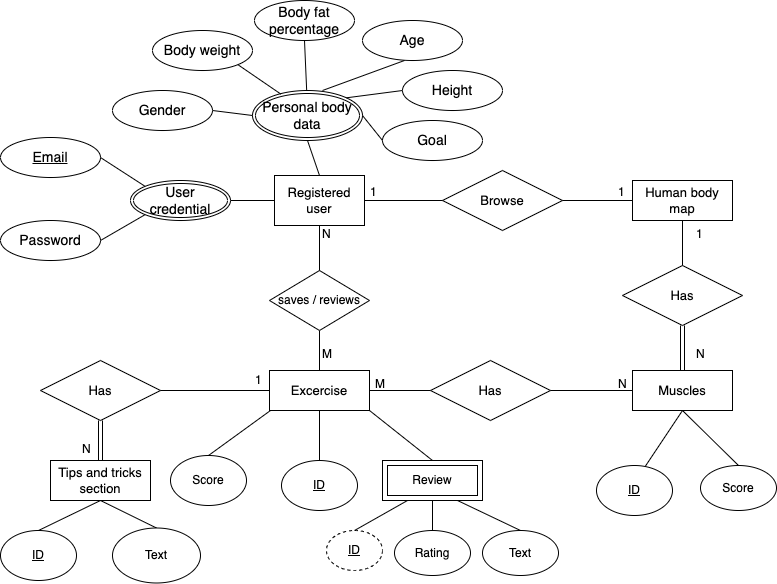
Earlier version of the draw.io export images/er_diagram.png (mezyn/Get-fit). Source tidied: cells renumbered, new cells last; positions are measured from the earlier drawing's top-left corner, leaving out a move shared by most shapes.
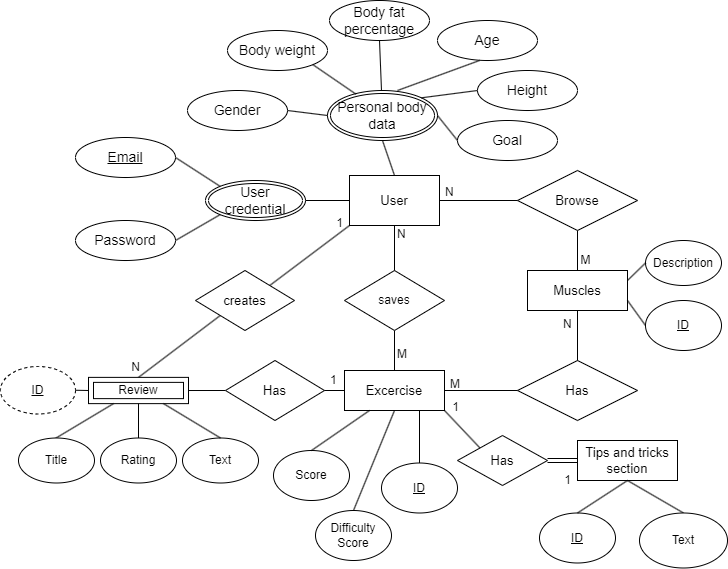
After the change.

The edit, as a diff of the source:
```diff
@@ -2,7 +2,7 @@
   <root>
     <mxCell id="0" />
     <mxCell id="1" parent="0" />
-    <mxCell id="2" value="Registered user" style="rounded=0;whiteSpace=wrap;html=1;fontSize=13;" parent="1" vertex="1">
+    <mxCell id="2" value="User" style="rounded=0;whiteSpace=wrap;html=1;fontSize=13;" parent="1" vertex="1">
       <mxGeometry x="274" y="175" width="90" height="50" as="geometry" />
     </mxCell>
     <mxCell id="3" value="Personal body data" style="ellipse;shape=doubleEllipse;margin=3;whiteSpace=wrap;html=1;align=center;fontSize=14;" parent="1" vertex="1">
@@ -49,33 +49,27 @@
     <mxCell id="16" style="endArrow=none;html=1;rounded=0;entryX=0.5;entryY=1;entryDx=0;entryDy=0;fontSize=13;exitX=0.5;exitY=0;exitDx=0;exitDy=0;" parent="1" edge="1" source="2" target="3">
       <mxGeometry relative="1" as="geometry" />
     </mxCell>
-    <mxCell id="17" value="Human body map" style="whiteSpace=wrap;html=1;align=center;fontSize=13;" parent="1" vertex="1">
-      <mxGeometry x="632" y="180" width="100" height="40" as="geometry" />
-    </mxCell>
+    <mxCell id="72" style="edgeStyle=none;rounded=0;jettySize=auto;html=1;exitX=0.5;exitY=1;exitDx=0;exitDy=0;entryX=0.5;entryY=0;entryDx=0;entryDy=0;endArrow=none;endFill=0;" parent="1" edge="1" source="18" target="23">
+      <mxGeometry relative="1" as="geometry" />
+    </mxCell>
     <mxCell id="18" value="Browse" style="shape=rhombus;perimeter=rhombusPerimeter;whiteSpace=wrap;html=1;align=center;fontSize=13;" parent="1" vertex="1">
       <mxGeometry x="442" y="170" width="120" height="60" as="geometry" />
     </mxCell>
     <mxCell id="19" style="endArrow=none;html=1;rounded=0;fontSize=14;exitX=0;exitY=0.5;exitDx=0;exitDy=0;entryX=1;entryY=0.5;entryDx=0;entryDy=0;" parent="1" edge="1" source="18" target="2">
       <mxGeometry relative="1" as="geometry" />
     </mxCell>
-    <mxCell id="20" style="endArrow=none;html=1;rounded=0;fontSize=14;exitX=0;exitY=0.5;exitDx=0;exitDy=0;entryX=1;entryY=0.5;entryDx=0;entryDy=0;" parent="1" edge="1" source="17" target="18">
-      <mxGeometry relative="1" as="geometry" />
-    </mxCell>
-    <mxCell id="21" value="Has" style="shape=rhombus;perimeter=rhombusPerimeter;whiteSpace=wrap;html=1;align=center;fontSize=13;" parent="1" vertex="1">
-      <mxGeometry x="622" y="265" width="120" height="60" as="geometry" />
-    </mxCell>
-    <mxCell id="22" style="endArrow=none;html=1;rounded=0;fontSize=14;exitX=0.5;exitY=1;exitDx=0;exitDy=0;entryX=0.5;entryY=0;entryDx=0;entryDy=0;" parent="1" edge="1" source="17" target="21">
-      <mxGeometry relative="1" as="geometry" />
-    </mxCell>
     <mxCell id="23" value="Muscles" style="whiteSpace=wrap;html=1;align=center;fontSize=13;" parent="1" vertex="1">
-      <mxGeometry x="632" y="370" width="100" height="40" as="geometry" />
+      <mxGeometry x="452" y="270" width="100" height="40" as="geometry" />
     </mxCell>
     <mxCell id="24" value="Has" style="shape=rhombus;perimeter=rhombusPerimeter;whiteSpace=wrap;html=1;align=center;fontSize=13;" parent="1" vertex="1">
-      <mxGeometry x="430" y="360" width="120" height="60" as="geometry" />
+      <mxGeometry x="442" y="360" width="120" height="60" as="geometry" />
     </mxCell>
-    <mxCell id="25" style="endArrow=none;html=1;rounded=0;fontSize=14;exitX=0;exitY=0.5;exitDx=0;exitDy=0;entryX=1;entryY=0.5;entryDx=0;entryDy=0;" parent="1" edge="1" source="23" target="24">
+    <mxCell id="25" style="endArrow=none;html=1;rounded=0;fontSize=14;exitX=0.5;exitY=1;exitDx=0;exitDy=0;" parent="1" edge="1" source="23" target="24">
       <mxGeometry relative="1" as="geometry" />
     </mxCell>
+    <mxCell id="73" style="rounded=0;jettySize=auto;html=1;exitX=0.5;exitY=1;exitDx=0;exitDy=0;endArrow=none;endFill=0;entryX=0.5;entryY=0;entryDx=0;entryDy=0;" parent="1" edge="1" source="26" target="78">
+      <mxGeometry relative="1" as="geometry" />
+    </mxCell>
     <mxCell id="26" value="Excercise" style="whiteSpace=wrap;html=1;align=center;fontSize=13;" parent="1" vertex="1">
       <mxGeometry x="269" y="370" width="100" height="40" as="geometry" />
     </mxCell>
@@ -83,40 +77,31 @@
       <mxGeometry relative="1" as="geometry" />
     </mxCell>
     <mxCell id="28" value="Tips and tricks section" style="whiteSpace=wrap;html=1;align=center;fontSize=13;" parent="1" vertex="1">
-      <mxGeometry x="50" y="460" width="100" height="40" as="geometry" />
+      <mxGeometry x="502" y="440" width="100" height="40" as="geometry" />
     </mxCell>
+    <mxCell id="74" style="edgeStyle=none;rounded=0;jettySize=auto;html=1;exitX=0;exitY=0.5;exitDx=0;exitDy=0;entryX=1;entryY=0.5;entryDx=0;entryDy=0;endArrow=none;endFill=0;" parent="1" edge="1" source="29" target="53">
+      <mxGeometry relative="1" as="geometry" />
+    </mxCell>
     <mxCell id="29" value="Has" style="shape=rhombus;perimeter=rhombusPerimeter;whiteSpace=wrap;html=1;align=center;fontSize=13;" parent="1" vertex="1">
-      <mxGeometry x="40" y="360" width="120" height="60" as="geometry" />
+      <mxGeometry x="150" y="360" width="99" height="60" as="geometry" />
     </mxCell>
-    <mxCell id="30" value="1" style="text;strokeColor=none;fillColor=none;spacingLeft=4;spacingRight=4;overflow=hidden;fontSize=12;" parent="1" vertex="1">
-      <mxGeometry x="612" y="178" width="20" height="30" as="geometry" />
-    </mxCell>
     <mxCell id="31" value="N" style="text;strokeColor=none;fillColor=none;spacingLeft=4;spacingRight=4;overflow=hidden;fontSize=12;" parent="1" vertex="1">
       <mxGeometry x="316" y="220" width="20" height="30" as="geometry" />
     </mxCell>
-    <mxCell id="32" style="shape=link;html=1;rounded=0;fontSize=13;entryX=0.5;entryY=0;entryDx=0;entryDy=0;exitX=0.5;exitY=1;exitDx=0;exitDy=0;" parent="1" edge="1" source="21" target="23">
-      <mxGeometry relative="1" as="geometry" />
-    </mxCell>
-    <mxCell id="33" value="1" style="text;strokeColor=none;fillColor=none;spacingLeft=4;spacingRight=4;overflow=hidden;fontSize=12;" parent="1" vertex="1">
-      <mxGeometry x="690" y="220" width="20" height="30" as="geometry" />
-    </mxCell>
-    <mxCell id="34" value="N" style="text;strokeColor=none;fillColor=none;spacingLeft=4;spacingRight=4;overflow=hidden;fontSize=12;" parent="1" vertex="1">
-      <mxGeometry x="690" y="340" width="20" height="30" as="geometry" />
-    </mxCell>
     <mxCell id="35" value="M" style="text;strokeColor=none;fillColor=none;spacingLeft=4;spacingRight=4;overflow=hidden;fontSize=12;" parent="1" vertex="1">
       <mxGeometry x="369" y="370" width="20" height="30" as="geometry" />
     </mxCell>
     <mxCell id="36" value="M" style="text;strokeColor=none;fillColor=none;spacingLeft=4;spacingRight=4;overflow=hidden;fontSize=12;" parent="1" vertex="1">
       <mxGeometry x="316" y="340" width="20" height="30" as="geometry" />
     </mxCell>
-    <mxCell id="37" style="shape=link;html=1;rounded=0;fontSize=13;exitX=0.5;exitY=0;exitDx=0;exitDy=0;entryX=0.5;entryY=1;entryDx=0;entryDy=0;" parent="1" edge="1" source="28" target="29">
+    <mxCell id="37" style="shape=link;html=1;rounded=0;fontSize=13;exitX=0;exitY=0.5;exitDx=0;exitDy=0;entryX=1;entryY=0.5;entryDx=0;entryDy=0;" parent="1" edge="1" source="28" target="21">
       <mxGeometry relative="1" as="geometry" />
     </mxCell>
-    <mxCell id="38" value="1" style="text;strokeColor=none;fillColor=none;spacingLeft=4;spacingRight=4;overflow=hidden;fontSize=12;" parent="1" vertex="1">
+    <mxCell id="38" value="N" style="text;strokeColor=none;fillColor=none;spacingLeft=4;spacingRight=4;overflow=hidden;fontSize=12;" parent="1" vertex="1">
       <mxGeometry x="364" y="178" width="20" height="30" as="geometry" />
     </mxCell>
     <mxCell id="39" value="N" style="text;strokeColor=none;fillColor=none;spacingLeft=4;spacingRight=4;overflow=hidden;fontSize=12;" parent="1" vertex="1">
-      <mxGeometry x="612" y="370" width="20" height="30" as="geometry" />
+      <mxGeometry x="482" y="310" width="20" height="30" as="geometry" />
     </mxCell>
     <mxCell id="40" value="&lt;u&gt;Email&lt;/u&gt;" style="ellipse;whiteSpace=wrap;html=1;align=center;fontSize=14;" parent="1" vertex="1">
       <mxGeometry y="137" width="100" height="40" as="geometry" />
@@ -139,7 +124,7 @@
     <mxCell id="46" style="endArrow=none;html=1;rounded=0;exitX=0.5;exitY=0;exitDx=0;exitDy=0;entryX=0.5;entryY=1;entryDx=0;entryDy=0;" parent="1" edge="1" source="26" target="47">
       <mxGeometry relative="1" as="geometry" />
     </mxCell>
-    <mxCell id="47" value="saves / reviews" style="rhombus;whiteSpace=wrap;html=1;" parent="1" vertex="1">
+    <mxCell id="47" value="saves" style="rhombus;whiteSpace=wrap;html=1;" parent="1" vertex="1">
       <mxGeometry x="269" y="270" width="100" height="60" as="geometry" />
     </mxCell>
     <mxCell id="48" style="endArrow=none;html=1;rounded=0;exitX=0.5;exitY=0;exitDx=0;exitDy=0;entryX=0.5;entryY=1;entryDx=0;entryDy=0;" parent="1" edge="1" source="47" target="2">
@@ -148,44 +133,38 @@
     <mxCell id="49" style="endArrow=none;html=1;rounded=0;exitX=1;exitY=0.5;exitDx=0;exitDy=0;entryX=0;entryY=0.5;entryDx=0;entryDy=0;" parent="1" edge="1" source="29" target="26">
       <mxGeometry relative="1" as="geometry" />
     </mxCell>
-    <mxCell id="50" style="endArrow=none;html=1;rounded=0;entryX=0.5;entryY=1;entryDx=0;entryDy=0;exitX=0.5;exitY=0;exitDx=0;exitDy=0;" parent="1" edge="1" target="26">
-      <mxGeometry relative="1" as="geometry">
-        <mxPoint x="319" y="460" as="sourcePoint" />
-      </mxGeometry>
+    <mxCell id="50" style="endArrow=none;html=1;rounded=0;entryX=0.75;entryY=1;entryDx=0;entryDy=0;exitX=0.5;exitY=0;exitDx=0;exitDy=0;" parent="1" edge="1" source="56" target="26">
+      <mxGeometry relative="1" as="geometry" />
     </mxCell>
     <mxCell id="51" value="Score" style="ellipse;whiteSpace=wrap;html=1;" parent="1" vertex="1">
-      <mxGeometry x="170" y="455" width="76" height="50" as="geometry" />
+      <mxGeometry x="198" y="450" width="76" height="50" as="geometry" />
     </mxCell>
-    <mxCell id="52" style="endArrow=none;html=1;rounded=0;exitX=0.5;exitY=0;exitDx=0;exitDy=0;" parent="1" edge="1" source="51">
-      <mxGeometry relative="1" as="geometry">
-        <mxPoint x="270" y="410" as="targetPoint" />
-      </mxGeometry>
+    <mxCell id="52" style="endArrow=none;html=1;rounded=0;exitX=0.5;exitY=0;exitDx=0;exitDy=0;entryX=0.25;entryY=1;entryDx=0;entryDy=0;" parent="1" edge="1" source="51" target="26">
+      <mxGeometry relative="1" as="geometry" />
     </mxCell>
+    <mxCell id="75" style="edgeStyle=none;rounded=0;jettySize=auto;html=1;exitX=0.5;exitY=0;exitDx=0;exitDy=0;entryX=0;entryY=1;entryDx=0;entryDy=0;endArrow=none;endFill=0;" parent="1" edge="1" source="53" target="84">
+      <mxGeometry relative="1" as="geometry" />
+    </mxCell>
     <mxCell id="53" value="Review" style="shape=ext;margin=3;double=1;whiteSpace=wrap;html=1;align=center;" parent="1" vertex="1">
-      <mxGeometry x="382" y="460" width="100" height="40" as="geometry" />
+      <mxGeometry x="13" y="376.9" width="100" height="26.2" as="geometry" />
     </mxCell>
-    <mxCell id="54" style="endArrow=none;html=1;rounded=0;exitX=1;exitY=1;exitDx=0;exitDy=0;entryX=0.5;entryY=0;entryDx=0;entryDy=0;" parent="1" edge="1" source="26" target="53">
-      <mxGeometry relative="1" as="geometry" />
-    </mxCell>
-    <mxCell id="55" value="Score" style="ellipse;whiteSpace=wrap;html=1;" parent="1" vertex="1">
-      <mxGeometry x="700" y="465" width="76" height="45" as="geometry" />
+    <mxCell id="55" value="Description" style="ellipse;whiteSpace=wrap;html=1;" parent="1" vertex="1">
+      <mxGeometry x="570" y="240" width="76" height="45" as="geometry" />
     </mxCell>
     <mxCell id="56" value="&lt;u&gt;ID&lt;/u&gt;" style="ellipse;whiteSpace=wrap;html=1;" parent="1" vertex="1">
-      <mxGeometry x="281" y="460" width="76" height="50" as="geometry" />
+      <mxGeometry x="306" y="462.5" width="76" height="50" as="geometry" />
     </mxCell>
-    <mxCell id="57" style="endArrow=none;html=1;rounded=0;entryX=0.5;entryY=1;entryDx=0;entryDy=0;exitX=0.5;exitY=0;exitDx=0;exitDy=0;" parent="1" edge="1" target="23">
-      <mxGeometry relative="1" as="geometry">
-        <mxPoint x="642" y="470" as="sourcePoint" />
-      </mxGeometry>
+    <mxCell id="57" style="endArrow=none;html=1;rounded=0;entryX=1;entryY=0.75;entryDx=0;entryDy=0;exitX=0;exitY=0.5;exitDx=0;exitDy=0;" parent="1" edge="1" source="59" target="23">
+      <mxGeometry relative="1" as="geometry" />
     </mxCell>
-    <mxCell id="58" style="endArrow=none;html=1;rounded=0;exitX=0.5;exitY=0;exitDx=0;exitDy=0;entryX=0.5;entryY=1;entryDx=0;entryDy=0;" parent="1" edge="1" source="55" target="23">
+    <mxCell id="58" style="endArrow=none;html=1;rounded=0;exitX=0;exitY=0.5;exitDx=0;exitDy=0;entryX=1;entryY=0.25;entryDx=0;entryDy=0;" parent="1" edge="1" source="55" target="23">
       <mxGeometry relative="1" as="geometry" />
     </mxCell>
     <mxCell id="59" value="&lt;u&gt;ID&lt;/u&gt;" style="ellipse;whiteSpace=wrap;html=1;" parent="1" vertex="1">
-      <mxGeometry x="596" y="465" width="76" height="50" as="geometry" />
+      <mxGeometry x="570" y="300" width="76" height="50" as="geometry" />
     </mxCell>
     <mxCell id="60" value="&lt;u&gt;ID&lt;/u&gt;" style="ellipse;whiteSpace=wrap;html=1;" parent="1" vertex="1">
-      <mxGeometry y="530" width="76" height="50" as="geometry" />
+      <mxGeometry x="464" y="512.5" width="76" height="50" as="geometry" />
     </mxCell>
     <mxCell id="61" style="endArrow=none;html=1;rounded=0;exitX=0.5;exitY=0;exitDx=0;exitDy=0;entryX=0.5;entryY=1;entryDx=0;entryDy=0;" parent="1" edge="1" source="60" target="28">
       <mxGeometry relative="1" as="geometry" />
@@ -194,25 +173,22 @@
       <mxGeometry relative="1" as="geometry" />
     </mxCell>
     <mxCell id="63" value="Text" style="ellipse;whiteSpace=wrap;html=1;" parent="1" vertex="1">
-      <mxGeometry x="112" y="527.5" width="88" height="55" as="geometry" />
+      <mxGeometry x="564" y="512.5" width="88" height="55" as="geometry" />
     </mxCell>
     <mxCell id="64" value="1" style="text;strokeColor=none;fillColor=none;spacingLeft=4;spacingRight=4;overflow=hidden;fontSize=12;" parent="1" vertex="1">
       <mxGeometry x="249" y="366" width="20" height="30" as="geometry" />
     </mxCell>
-    <mxCell id="65" value="N" style="text;strokeColor=none;fillColor=none;spacingLeft=4;spacingRight=4;overflow=hidden;fontSize=12;" parent="1" vertex="1">
-      <mxGeometry x="76" y="435" width="20" height="30" as="geometry" />
-    </mxCell>
     <mxCell id="66" value="&lt;u&gt;ID&lt;/u&gt;" style="ellipse;whiteSpace=wrap;html=1;dashed=1;" parent="1" vertex="1">
-      <mxGeometry x="326" y="530" width="56" height="40" as="geometry" />
+      <mxGeometry x="-75" y="366" width="75" height="47.5" as="geometry" />
     </mxCell>
-    <mxCell id="67" style="endArrow=none;html=1;rounded=0;exitX=0.5;exitY=0;exitDx=0;exitDy=0;entryX=0.25;entryY=1;entryDx=0;entryDy=0;" parent="1" edge="1" source="66" target="53">
+    <mxCell id="67" style="endArrow=none;html=1;rounded=0;entryX=0;entryY=0.5;entryDx=0;entryDy=0;exitX=1;exitY=0.5;exitDx=0;exitDy=0;" parent="1" edge="1" source="66" target="53">
       <mxGeometry relative="1" as="geometry" />
     </mxCell>
     <mxCell id="68" value="Rating" style="ellipse;whiteSpace=wrap;html=1;" parent="1" vertex="1">
-      <mxGeometry x="394" y="530" width="76" height="45" as="geometry" />
+      <mxGeometry x="25" y="437.5" width="76" height="45" as="geometry" />
     </mxCell>
     <mxCell id="69" value="Text" style="ellipse;whiteSpace=wrap;html=1;" parent="1" vertex="1">
-      <mxGeometry x="482" y="530" width="76" height="45" as="geometry" />
+      <mxGeometry x="107" y="437.5" width="76" height="45" as="geometry" />
     </mxCell>
     <mxCell id="70" style="endArrow=none;html=1;rounded=0;exitX=0.5;exitY=0;exitDx=0;exitDy=0;entryX=0.5;entryY=1;entryDx=0;entryDy=0;" parent="1" edge="1" source="68" target="53">
       <mxGeometry relative="1" as="geometry" />
@@ -220,5 +196,41 @@
     <mxCell id="71" style="endArrow=none;html=1;rounded=0;exitX=0.5;exitY=0;exitDx=0;exitDy=0;entryX=0.75;entryY=1;entryDx=0;entryDy=0;" parent="1" edge="1" source="69" target="53">
       <mxGeometry relative="1" as="geometry" />
     </mxCell>
+    <mxCell id="76" value="1" style="text;html=1;align=center;verticalAlign=middle;strokeColor=none;fillColor=none;" parent="1" vertex="1">
+      <mxGeometry x="477" y="465" width="30" height="30" as="geometry" />
+    </mxCell>
+    <mxCell id="77" value="1" style="text;html=1;align=center;verticalAlign=middle;strokeColor=none;fillColor=none;" parent="1" vertex="1">
+      <mxGeometry x="365" y="392" width="30" height="30" as="geometry" />
+    </mxCell>
+    <mxCell id="78" value="Difficulty Score" style="ellipse;whiteSpace=wrap;html=1;" parent="1" vertex="1">
+      <mxGeometry x="240" y="510" width="76" height="50" as="geometry" />
+    </mxCell>
+    <mxCell id="79" value="M" style="text;html=1;align=center;verticalAlign=middle;strokeColor=none;fillColor=none;" parent="1" vertex="1">
+      <mxGeometry x="495" y="245" width="30" height="30" as="geometry" />
+    </mxCell>
+    <mxCell id="80" style="edgeStyle=none;rounded=0;jettySize=auto;html=1;exitX=0;exitY=0.5;exitDx=0;exitDy=0;endArrow=none;endFill=0;entryX=0.25;entryY=1;entryDx=0;entryDy=0;" parent="1" edge="1" source="81" target="53">
+      <mxGeometry relative="1" as="geometry" />
+    </mxCell>
+    <mxCell id="81" value="Title" style="ellipse;whiteSpace=wrap;html=1;" parent="1" vertex="1">
+      <mxGeometry x="-57" y="437.5" width="76" height="45" as="geometry" />
+    </mxCell>
+    <mxCell id="21" value="Has" style="shape=rhombus;perimeter=rhombusPerimeter;whiteSpace=wrap;html=1;align=center;fontSize=13;" parent="1" vertex="1">
+      <mxGeometry x="382" y="435" width="90" height="50" as="geometry" />
+    </mxCell>
+    <mxCell id="82" style="endArrow=none;html=1;rounded=0;exitX=1;exitY=1;exitDx=0;exitDy=0;entryX=0;entryY=0;entryDx=0;entryDy=0;" parent="1" edge="1" source="26" target="21">
+      <mxGeometry relative="1" as="geometry" />
+    </mxCell>
+    <mxCell id="83" style="edgeStyle=none;rounded=0;jettySize=auto;html=1;exitX=1;exitY=0;exitDx=0;exitDy=0;entryX=0;entryY=1;entryDx=0;entryDy=0;endArrow=none;endFill=0;" parent="1" edge="1" source="84" target="2">
+      <mxGeometry relative="1" as="geometry" />
+    </mxCell>
+    <mxCell id="84" value="creates" style="shape=rhombus;perimeter=rhombusPerimeter;whiteSpace=wrap;html=1;align=center;fontSize=13;" parent="1" vertex="1">
+      <mxGeometry x="120" y="270" width="99" height="60" as="geometry" />
+    </mxCell>
+    <mxCell id="85" value="N" style="text;html=1;align=center;verticalAlign=middle;strokeColor=none;fillColor=none;" parent="1" vertex="1">
+      <mxGeometry x="45" y="352" width="30" height="30" as="geometry" />
+    </mxCell>
+    <mxCell id="86" value="1" style="text;html=1;align=center;verticalAlign=middle;strokeColor=none;fillColor=none;" parent="1" vertex="1">
+      <mxGeometry x="249" y="208" width="30" height="30" as="geometry" />
+    </mxCell>
   </root>
 </mxGraphModel>
```
